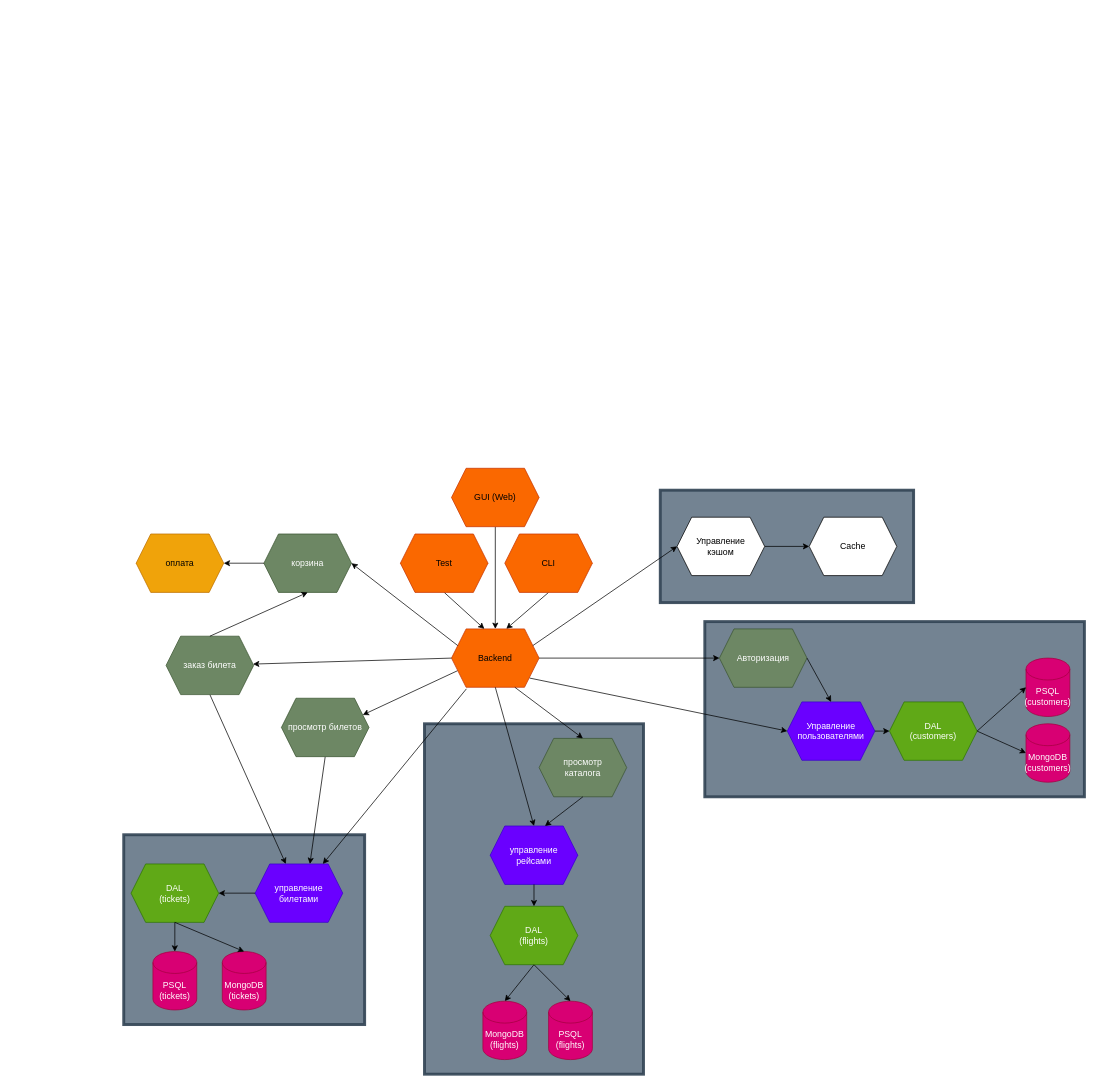
The draw.io diagram Architecture.drawio in chas3air/Airplanes-Co, before the edit. Source tidied: cells renumbered, new cells numbered last; positions are measured from the earlier drawing's top-left corner, leaving out a move shared by most shapes. Both pictures are drawn from the tidied source at 73%, with x=0, y=0 at pixel (123, 468).
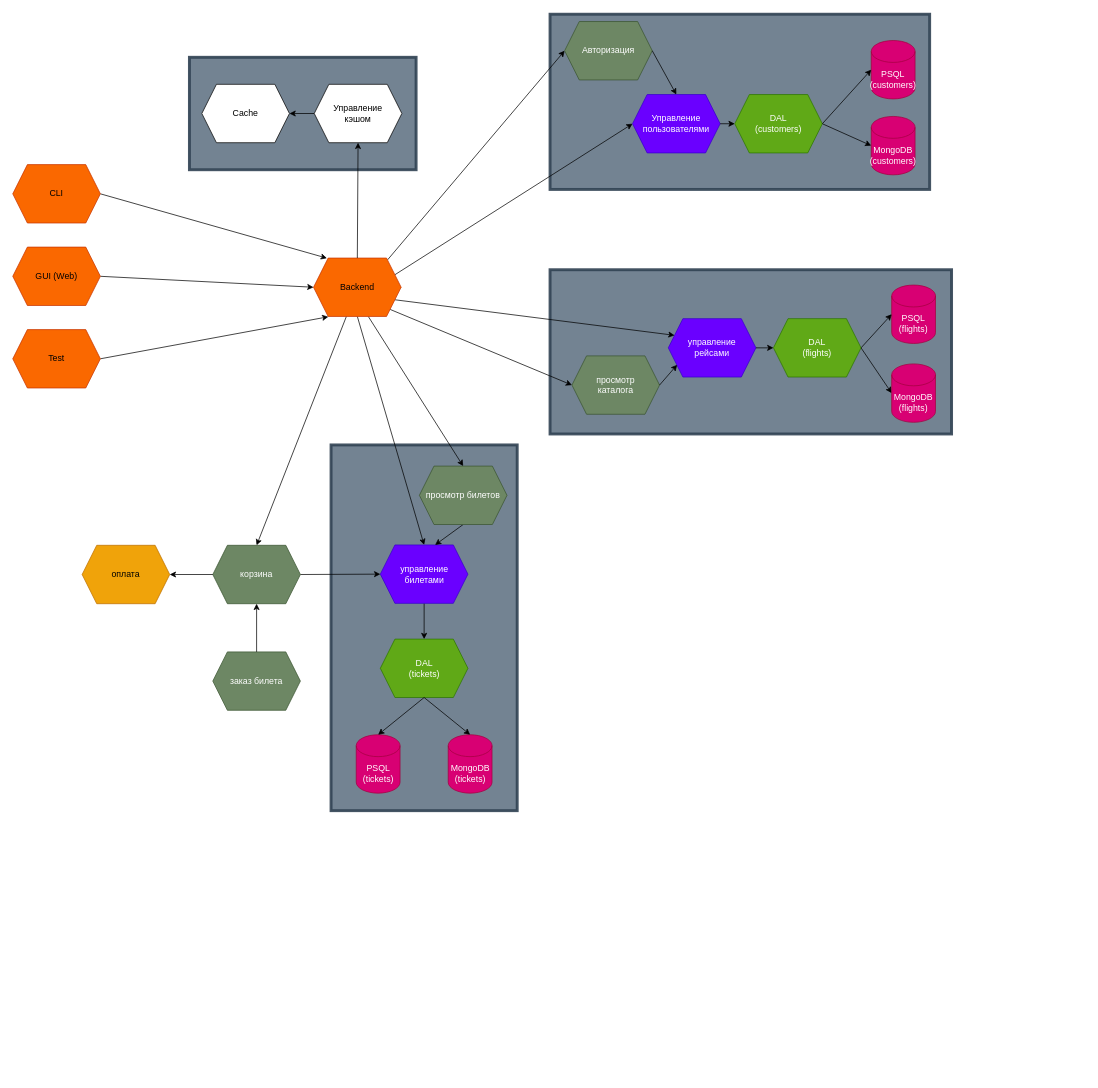
The same diagram, later.

Change to the diagram source:
```diff
@@
     <mxCell id="2" style="rounded=0;whiteSpace=wrap;html=1;strokeWidth=4;perimeterSpacing=10;strokeColor=#314354;opacity=90;fillColor=#647687;fontColor=#ffffff;" parent="1" vertex="1">
-      <mxGeometry x="735" y="30" width="347" height="154" as="geometry" />
+      <mxGeometry x="90" y="-563" width="310.5" height="154" as="geometry" />
     </mxCell>
     <mxCell id="3" style="rounded=0;whiteSpace=wrap;html=1;strokeWidth=4;perimeterSpacing=10;strokeColor=#314354;opacity=90;fillColor=#647687;fontColor=#ffffff;" parent="1" vertex="1">
-      <mxGeometry y="502" width="330" height="260" as="geometry" />
+      <mxGeometry x="284" y="-32" width="255" height="501" as="geometry" />
     </mxCell>
     <mxCell id="4" style="rounded=0;whiteSpace=wrap;html=1;strokeWidth=4;perimeterSpacing=10;strokeColor=#314354;opacity=90;fillColor=#647687;fontColor=#ffffff;" parent="1" vertex="1">
-      <mxGeometry x="412" y="350" width="300" height="480" as="geometry" />
+      <mxGeometry x="584" y="-272" width="550" height="225" as="geometry" />
     </mxCell>
     <mxCell id="5" style="rounded=0;whiteSpace=wrap;html=1;strokeWidth=4;perimeterSpacing=10;strokeColor=#314354;opacity=90;fillColor=#647687;fontColor=#ffffff;" parent="1" vertex="1">
-      <mxGeometry x="796" y="210" width="520" height="240" as="geometry" />
+      <mxGeometry x="584" y="-622" width="520" height="240" as="geometry" />
     </mxCell>
-    <mxCell id="6" style="edgeStyle=none;html=1;exitX=0.5;exitY=1;exitDx=0;exitDy=0;entryX=0.625;entryY=0;entryDx=0;entryDy=0;" parent="1" edge="1" source="7" target="9">
+    <mxCell id="6" style="edgeStyle=none;html=1;exitX=1;exitY=0.5;exitDx=0;exitDy=0;entryX=0.153;entryY=0.002;entryDx=0;entryDy=0;entryPerimeter=0;" parent="1" edge="1" source="7" target="9">
       <mxGeometry relative="1" as="geometry" />
     </mxCell>
     <mxCell id="7" value="CLI" style="shape=hexagon;perimeter=hexagonPerimeter2;whiteSpace=wrap;html=1;fixedSize=1;fillColor=#fa6800;fontColor=#000000;strokeColor=#C73500;" parent="1" vertex="1">
-      <mxGeometry x="522" y="90" width="120" height="80" as="geometry" />
+      <mxGeometry x="-152" y="-416" width="120" height="80" as="geometry" />
     </mxCell>
+    <mxCell id="14" style="edgeStyle=none;html=1;exitX=0.845;exitY=0.031;exitDx=0;exitDy=0;entryX=0;entryY=0.5;entryDx=0;entryDy=0;exitPerimeter=0;" parent="1" edge="1" source="9" target="10">
+      <mxGeometry relative="1" as="geometry" />
+    </mxCell>
+    <mxCell id="25" style="edgeStyle=none;html=1;exitX=1;exitY=0.25;exitDx=0;exitDy=0;entryX=0;entryY=0.5;entryDx=0;entryDy=0;" parent="1" edge="1" source="9" target="21">
+      <mxGeometry relative="1" as="geometry" />
+    </mxCell>
+    <mxCell id="26" style="edgeStyle=none;html=1;exitX=0.875;exitY=0.88;exitDx=0;exitDy=0;entryX=0;entryY=0.5;entryDx=0;entryDy=0;exitPerimeter=0;" parent="1" edge="1" source="9" target="20">
+      <mxGeometry relative="1" as="geometry" />
+    </mxCell>
+    <mxCell id="41" style="edgeStyle=none;html=1;exitX=1;exitY=0.75;exitDx=0;exitDy=0;entryX=0;entryY=0.25;entryDx=0;entryDy=0;" parent="1" edge="1" source="9" target="22">
+      <mxGeometry relative="1" as="geometry" />
+    </mxCell>
+    <mxCell id="29" style="edgeStyle=none;html=1;exitX=0.5;exitY=1;exitDx=0;exitDy=0;entryX=0.5;entryY=0;entryDx=0;entryDy=0;" parent="1" edge="1" source="9" target="23">
+      <mxGeometry relative="1" as="geometry" />
+    </mxCell>
-    <mxCell id="8" style="edgeStyle=none;html=1;exitX=0;exitY=0.75;exitDx=0;exitDy=0;entryX=1;entryY=0.25;entryDx=0;entryDy=0;" parent="1" edge="1" source="9" target="53">
+    <mxCell id="8" style="edgeStyle=none;html=1;exitX=0.625;exitY=1;exitDx=0;exitDy=0;entryX=0.5;entryY=0;entryDx=0;entryDy=0;" parent="1" edge="1" source="9" target="53">
       <mxGeometry relative="1" as="geometry" />
     </mxCell>
+    <mxCell id="28" style="edgeStyle=none;html=1;exitX=0.375;exitY=1;exitDx=0;exitDy=0;entryX=0.5;entryY=0;entryDx=0;entryDy=0;" parent="1" edge="1" source="9" target="19">
+      <mxGeometry relative="1" as="geometry" />
+    </mxCell>
     <mxCell id="9" value="Backend" style="shape=hexagon;perimeter=hexagonPerimeter2;whiteSpace=wrap;html=1;fixedSize=1;fillColor=#fa6800;fontColor=#000000;strokeColor=#C73500;" parent="1" vertex="1">
-      <mxGeometry x="449" y="220" width="120" height="80" as="geometry" />
+      <mxGeometry x="260" y="-288" width="120" height="80" as="geometry" />
     </mxCell>
     <mxCell id="10" value="Авторизация" style="shape=hexagon;perimeter=hexagonPerimeter2;whiteSpace=wrap;html=1;fixedSize=1;fillColor=#6d8764;fontColor=#ffffff;strokeColor=#3A5431;" parent="1" vertex="1">
-      <mxGeometry x="816" y="220" width="120" height="80" as="geometry" />
+      <mxGeometry x="604" y="-612" width="120" height="80" as="geometry" />
     </mxCell>
@@
+    <mxCell id="58" style="edgeStyle=none;html=1;exitX=1;exitY=0.25;exitDx=0;exitDy=0;entryX=-0.001;entryY=0.822;entryDx=0;entryDy=0;entryPerimeter=0;" parent="1" edge="1" source="12">
+      <mxGeometry relative="1" as="geometry" />
+    </mxCell>
     <mxCell id="12" value="DAL&lt;div&gt;(customers)&lt;/div&gt;" style="shape=hexagon;perimeter=hexagonPerimeter2;whiteSpace=wrap;html=1;fixedSize=1;fillColor=#60a917;fontColor=#ffffff;strokeColor=#2D7600;" parent="1" vertex="1">
-      <mxGeometry x="1049" y="320" width="120" height="80" as="geometry" />
+      <mxGeometry x="837" y="-512" width="120" height="80" as="geometry" />
     </mxCell>
     <mxCell id="13" value="PSQL&lt;div&gt;(customers)&lt;/div&gt;" style="shape=cylinder3;whiteSpace=wrap;html=1;boundedLbl=1;backgroundOutline=1;size=15;fillColor=#d80073;fontColor=#ffffff;strokeColor=#A50040;" parent="1" vertex="1">
-      <mxGeometry x="1236" y="260" width="60" height="80" as="geometry" />
+      <mxGeometry x="1024" y="-586" width="60" height="80" as="geometry" />
     </mxCell>
-    <mxCell id="14" style="endArrow=classic;html=1;rounded=0;exitX=1;exitY=0.5;exitDx=0;exitDy=0;entryX=0;entryY=0.5;entryDx=0;entryDy=0;" parent="1" edge="1" source="9" target="10">
-      <mxGeometry relative="1" as="geometry" />
-    </mxCell>
@@
     <mxCell id="16" value="оплата" style="shape=hexagon;perimeter=hexagonPerimeter2;whiteSpace=wrap;html=1;fixedSize=1;fillColor=#f0a30a;fontColor=#000000;strokeColor=#BD7000;" parent="1" vertex="1">
-      <mxGeometry x="17" y="90" width="120" height="80" as="geometry" />
+      <mxGeometry x="-57" y="105.5" width="120" height="80" as="geometry" />
     </mxCell>
-    <mxCell id="17" style="edgeStyle=none;html=1;exitX=0.5;exitY=1;exitDx=0;exitDy=0;" parent="1" edge="1" source="18" target="23">
-      <mxGeometry relative="1" as="geometry" />
-    </mxCell>
     <mxCell id="18" value="заказ билета" style="shape=hexagon;perimeter=hexagonPerimeter2;whiteSpace=wrap;html=1;fixedSize=1;fillColor=#6d8764;strokeColor=#3A5431;fontColor=#ffffff;" parent="1" vertex="1">
-      <mxGeometry x="58" y="230" width="120" height="80" as="geometry" />
+      <mxGeometry x="122" y="251.5" width="120" height="80" as="geometry" />
     </mxCell>
+    <mxCell id="59" style="edgeStyle=none;html=1;exitX=1;exitY=0.5;exitDx=0;exitDy=0;entryX=0;entryY=0.5;entryDx=0;entryDy=0;" parent="1" edge="1" source="19" target="23">
+      <mxGeometry relative="1" as="geometry" />
+    </mxCell>
     <mxCell id="19" value="корзина" style="shape=hexagon;perimeter=hexagonPerimeter2;whiteSpace=wrap;html=1;fixedSize=1;fillColor=#6d8764;fontColor=#ffffff;strokeColor=#3A5431;" parent="1" vertex="1">
-      <mxGeometry x="192" y="90" width="120" height="80" as="geometry" />
+      <mxGeometry x="122" y="105.5" width="120" height="80" as="geometry" />
     </mxCell>
     <mxCell id="20" value="просмотр&lt;div&gt;каталога&lt;/div&gt;" style="shape=hexagon;perimeter=hexagonPerimeter2;whiteSpace=wrap;html=1;fixedSize=1;fillColor=#6d8764;fontColor=#ffffff;strokeColor=#3A5431;" parent="1" vertex="1">
-      <mxGeometry x="569" y="370" width="120" height="80" as="geometry" />
+      <mxGeometry x="614" y="-154" width="120" height="80" as="geometry" />
     </mxCell>
     <mxCell id="21" value="Управление&lt;div&gt;пользователями&lt;/div&gt;" style="shape=hexagon;perimeter=hexagonPerimeter2;whiteSpace=wrap;html=1;fixedSize=1;fillColor=#6a00ff;fontColor=#ffffff;strokeColor=#3700CC;" parent="1" vertex="1">
-      <mxGeometry x="909" y="320" width="120" height="80" as="geometry" />
+      <mxGeometry x="697" y="-512" width="120" height="80" as="geometry" />
     </mxCell>
     <mxCell id="22" value="управление&lt;div&gt;рейсами&lt;/div&gt;" style="shape=hexagon;perimeter=hexagonPerimeter2;whiteSpace=wrap;html=1;fixedSize=1;fillColor=#6a00ff;fontColor=#ffffff;strokeColor=#3700CC;" parent="1" vertex="1">
-      <mxGeometry x="502" y="490" width="120" height="80" as="geometry" />
+      <mxGeometry x="746" y="-205" width="120" height="80" as="geometry" />
     </mxCell>
+    <mxCell id="60" style="edgeStyle=none;html=1;exitX=0.5;exitY=1;exitDx=0;exitDy=0;entryX=0.5;entryY=0;entryDx=0;entryDy=0;" parent="1" edge="1" source="23" target="34">
+      <mxGeometry relative="1" as="geometry" />
+    </mxCell>
     <mxCell id="23" value="управление&lt;div&gt;билетами&lt;/div&gt;" style="shape=hexagon;perimeter=hexagonPerimeter2;whiteSpace=wrap;html=1;fixedSize=1;fillColor=#6a00ff;fontColor=#ffffff;strokeColor=#3700CC;" parent="1" vertex="1">
-      <mxGeometry x="180" y="542" width="120" height="80" as="geometry" />
+      <mxGeometry x="351.5" y="105" width="120" height="80" as="geometry" />
     </mxCell>
@@
-    <mxCell id="25" style="endArrow=classic;html=1;rounded=0;entryX=0;entryY=0.5;entryDx=0;entryDy=0;exitX=0.892;exitY=0.842;exitDx=0;exitDy=0;exitPerimeter=0;" parent="1" edge="1" source="9" target="21">
-      <mxGeometry relative="1" as="geometry" />
-    </mxCell>
-    <mxCell id="26" style="endArrow=classic;html=1;rounded=0;exitX=0.723;exitY=1;exitDx=0;exitDy=0;exitPerimeter=0;entryX=0.5;entryY=0;entryDx=0;entryDy=0;" parent="1" edge="1" source="9" target="20">
-      <mxGeometry relative="1" as="geometry" />
-    </mxCell>
-    <mxCell id="27" style="endArrow=classic;html=1;rounded=0;exitX=0;exitY=0.5;exitDx=0;exitDy=0;" parent="1" edge="1" source="9" target="18">
-      <mxGeometry relative="1" as="geometry" />
-    </mxCell>
-    <mxCell id="28" style="endArrow=classic;html=1;rounded=0;exitX=0;exitY=0.25;exitDx=0;exitDy=0;entryX=1;entryY=0.5;entryDx=0;entryDy=0;" parent="1" edge="1" source="9" target="19">
-      <mxGeometry relative="1" as="geometry" />
-    </mxCell>
-    <mxCell id="29" style="endArrow=classic;html=1;rounded=0;exitX=0.17;exitY=1.027;exitDx=0;exitDy=0;exitPerimeter=0;" parent="1" edge="1" source="9" target="23">
-      <mxGeometry relative="1" as="geometry" />
-    </mxCell>
-    <mxCell id="30" style="edgeStyle=none;html=1;exitX=0.5;exitY=1;exitDx=0;exitDy=0;entryX=0.5;entryY=0;entryDx=0;entryDy=0;entryPerimeter=0;" parent="1" edge="1" source="31" target="46">
+    <mxCell id="30" style="edgeStyle=none;html=1;exitX=1;exitY=0.5;exitDx=0;exitDy=0;entryX=0;entryY=0.5;entryDx=0;entryDy=0;entryPerimeter=0;" parent="1" edge="1" source="31" target="46">
       <mxGeometry relative="1" as="geometry" />
     </mxCell>
     <mxCell id="31" value="DAL&lt;div&gt;(flights&lt;span style=&quot;background-color: initial;&quot;&gt;)&lt;/span&gt;&lt;/div&gt;" style="shape=hexagon;perimeter=hexagonPerimeter2;whiteSpace=wrap;html=1;fixedSize=1;fillColor=#60a917;fontColor=#ffffff;strokeColor=#2D7600;" parent="1" vertex="1">
-      <mxGeometry x="502" y="600" width="120" height="80" as="geometry" />
+      <mxGeometry x="890" y="-205" width="120" height="80" as="geometry" />
     </mxCell>
     <mxCell id="32" value="PSQL&lt;div&gt;(flights)&lt;/div&gt;" style="shape=cylinder3;whiteSpace=wrap;html=1;boundedLbl=1;backgroundOutline=1;size=15;fillColor=#d80073;fontColor=#ffffff;strokeColor=#A50040;" parent="1" vertex="1">
-      <mxGeometry x="582" y="730" width="60" height="80" as="geometry" />
+      <mxGeometry x="1052" y="-251" width="60" height="80" as="geometry" />
     </mxCell>
-    <mxCell id="33" style="endArrow=classic;html=1;rounded=0;entryX=0.5;entryY=0;entryDx=0;entryDy=0;entryPerimeter=0;exitX=0.5;exitY=1;exitDx=0;exitDy=0;" parent="1" edge="1" source="31" target="32">
+    <mxCell id="33" style="endArrow=classic;html=1;rounded=0;entryX=0;entryY=0.5;entryDx=0;entryDy=0;entryPerimeter=0;exitX=1;exitY=0.5;exitDx=0;exitDy=0;" parent="1" edge="1" source="31" target="32">
       <mxGeometry relative="1" as="geometry" />
     </mxCell>
     <mxCell id="34" value="DAL&lt;div&gt;(tickets&lt;span style=&quot;background-color: initial;&quot;&gt;)&lt;/span&gt;&lt;/div&gt;" style="shape=hexagon;perimeter=hexagonPerimeter2;whiteSpace=wrap;html=1;fixedSize=1;fillColor=#60a917;fontColor=#ffffff;strokeColor=#2D7600;" parent="1" vertex="1">
-      <mxGeometry x="10" y="542" width="120" height="80" as="geometry" />
+      <mxGeometry x="351.5" y="234" width="120" height="80" as="geometry" />
     </mxCell>
     <mxCell id="35" value="PSQL&lt;div&gt;(tickets)&lt;/div&gt;" style="shape=cylinder3;whiteSpace=wrap;html=1;boundedLbl=1;backgroundOutline=1;size=15;fillColor=#d80073;fontColor=#ffffff;strokeColor=#A50040;" parent="1" vertex="1">
-      <mxGeometry x="40" y="662" width="60" height="80" as="geometry" />
+      <mxGeometry x="318.5" y="365" width="60" height="80" as="geometry" />
     </mxCell>
@@
-    <mxCell id="37" style="endArrow=classic;html=1;rounded=0;entryX=0.5;entryY=0;entryDx=0;entryDy=0;exitX=0.5;exitY=1;exitDx=0;exitDy=0;" parent="1" edge="1" source="22" target="31">
+    <mxCell id="37" style="endArrow=classic;html=1;rounded=0;entryX=0;entryY=0.5;entryDx=0;entryDy=0;exitX=1;exitY=0.5;exitDx=0;exitDy=0;" parent="1" edge="1" source="22" target="31">
       <mxGeometry relative="1" as="geometry" />
     </mxCell>
-    <mxCell id="38" style="endArrow=classic;html=1;rounded=0;exitX=0.5;exitY=1;exitDx=0;exitDy=0;entryX=0.625;entryY=0;entryDx=0;entryDy=0;" parent="1" edge="1" source="20" target="22">
+    <mxCell id="38" style="endArrow=classic;html=1;rounded=0;exitX=1;exitY=0.5;exitDx=0;exitDy=0;entryX=0.101;entryY=0.79;entryDx=0;entryDy=0;entryPerimeter=0;" parent="1" edge="1" source="20" target="22">
       <mxGeometry relative="1" as="geometry" />
     </mxCell>
-    <mxCell id="39" style="endArrow=classic;html=1;rounded=0;entryX=1;entryY=0.5;entryDx=0;entryDy=0;exitX=0;exitY=0.5;exitDx=0;exitDy=0;" parent="1" edge="1" source="23" target="34">
+    <mxCell id="39" style="endArrow=classic;html=1;rounded=0;exitX=0.5;exitY=1;exitDx=0;exitDy=0;entryX=0.625;entryY=0;entryDx=0;entryDy=0;" parent="1" edge="1" source="53" target="23">
       <mxGeometry relative="1" as="geometry" />
     </mxCell>
-    <mxCell id="40" style="endArrow=classic;html=1;exitX=0;exitY=0.5;exitDx=0;exitDy=0;" parent="1" edge="1" source="19" target="16">
+    <mxCell id="40" style="endArrow=classic;html=1;exitX=0;exitY=0.5;exitDx=0;exitDy=0;entryX=1;entryY=0.5;entryDx=0;entryDy=0;" parent="1" edge="1" source="19" target="16">
       <mxGeometry relative="1" as="geometry" />
     </mxCell>
-    <mxCell id="41" style="endArrow=classic;html=1;exitX=0.5;exitY=1;exitDx=0;exitDy=0;entryX=0.5;entryY=0;entryDx=0;entryDy=0;fontStyle=1;" parent="1" edge="1" source="9" target="22">
-      <mxGeometry relative="1" as="geometry" />
-    </mxCell>
@@
     <mxCell id="44" value="MongoDB&lt;div&gt;(tickets)&lt;/div&gt;" style="shape=cylinder3;whiteSpace=wrap;html=1;boundedLbl=1;backgroundOutline=1;size=15;fillColor=#d80073;fontColor=#ffffff;strokeColor=#A50040;" parent="1" vertex="1">
-      <mxGeometry x="135" y="662" width="60" height="80" as="geometry" />
+      <mxGeometry x="444.5" y="365" width="60" height="80" as="geometry" />
     </mxCell>
@@
     <mxCell id="46" value="MongoDB&lt;br&gt;&lt;div&gt;(flights)&lt;/div&gt;" style="shape=cylinder3;whiteSpace=wrap;html=1;boundedLbl=1;backgroundOutline=1;size=15;fillColor=#d80073;fontColor=#ffffff;strokeColor=#A50040;" parent="1" vertex="1">
-      <mxGeometry x="492" y="730" width="60" height="80" as="geometry" />
+      <mxGeometry x="1052" y="-143" width="60" height="80" as="geometry" />
     </mxCell>
     <mxCell id="47" value="MongoDB&lt;div&gt;(customers)&lt;/div&gt;" style="shape=cylinder3;whiteSpace=wrap;html=1;boundedLbl=1;backgroundOutline=1;size=15;fillColor=#d80073;fontColor=#ffffff;strokeColor=#A50040;" parent="1" vertex="1">
-      <mxGeometry x="1236" y="350" width="60" height="80" as="geometry" />
+      <mxGeometry x="1024" y="-482" width="60" height="80" as="geometry" />
     </mxCell>
-    <mxCell id="48" style="edgeStyle=none;html=1;exitX=0.5;exitY=1;exitDx=0;exitDy=0;entryX=0.5;entryY=0;entryDx=0;entryDy=0;" parent="1" edge="1" source="49" target="9">
+    <mxCell id="48" style="edgeStyle=none;html=1;exitX=1;exitY=0.5;exitDx=0;exitDy=0;entryX=0;entryY=0.5;entryDx=0;entryDy=0;" parent="1" edge="1" source="49" target="9">
       <mxGeometry relative="1" as="geometry" />
     </mxCell>
     <mxCell id="49" value="GUI (Web)" style="shape=hexagon;perimeter=hexagonPerimeter2;whiteSpace=wrap;html=1;fixedSize=1;fillColor=#fa6800;fontColor=#000000;strokeColor=#C73500;" parent="1" vertex="1">
-      <mxGeometry x="449" width="120" height="80" as="geometry" />
+      <mxGeometry x="-152" y="-303" width="120" height="80" as="geometry" />
     </mxCell>
-    <mxCell id="50" style="edgeStyle=none;html=1;exitX=0.5;exitY=1;exitDx=0;exitDy=0;entryX=0.375;entryY=0;entryDx=0;entryDy=0;" parent="1" edge="1" source="51" target="9">
+    <mxCell id="50" style="edgeStyle=none;html=1;exitX=1;exitY=0.5;exitDx=0;exitDy=0;entryX=0.169;entryY=1.005;entryDx=0;entryDy=0;entryPerimeter=0;" parent="1" edge="1" source="51" target="9">
       <mxGeometry relative="1" as="geometry" />
     </mxCell>
     <mxCell id="51" value="Test" style="shape=hexagon;perimeter=hexagonPerimeter2;whiteSpace=wrap;html=1;fixedSize=1;fillColor=#fa6800;fontColor=#000000;strokeColor=#C73500;" parent="1" vertex="1">
-      <mxGeometry x="379" y="90" width="120" height="80" as="geometry" />
+      <mxGeometry x="-152" y="-190" width="120" height="80" as="geometry" />
     </mxCell>
-    <mxCell id="52" style="edgeStyle=none;html=1;exitX=0.5;exitY=1;exitDx=0;exitDy=0;entryX=0.625;entryY=0;entryDx=0;entryDy=0;" parent="1" edge="1" source="53" target="23">
-      <mxGeometry relative="1" as="geometry" />
-    </mxCell>
     <mxCell id="53" value="просмотр билетов" style="shape=hexagon;perimeter=hexagonPerimeter2;whiteSpace=wrap;html=1;fixedSize=1;fillColor=#6d8764;strokeColor=#3A5431;fontColor=#ffffff;" parent="1" vertex="1">
-      <mxGeometry x="216" y="315" width="120" height="80" as="geometry" />
+      <mxGeometry x="405" y="-3" width="120" height="80" as="geometry" />
     </mxCell>
     <mxCell id="54" value="Управление&lt;br&gt;кэшом" style="shape=hexagon;perimeter=hexagonPerimeter2;whiteSpace=wrap;html=1;fixedSize=1;" parent="1" vertex="1">
-      <mxGeometry x="758" y="67" width="120" height="80" as="geometry" />
+      <mxGeometry x="261" y="-526" width="120" height="80" as="geometry" />
     </mxCell>
     <mxCell id="55" value="Cache" style="shape=hexagon;perimeter=hexagonPerimeter2;whiteSpace=wrap;html=1;fixedSize=1;" parent="1" vertex="1">
-      <mxGeometry x="939" y="67" width="120" height="80" as="geometry" />
+      <mxGeometry x="107" y="-526" width="120" height="80" as="geometry" />
     </mxCell>
-    <mxCell id="56" style="endArrow=classic;html=1;exitX=1;exitY=0.5;exitDx=0;exitDy=0;entryX=0;entryY=0.5;entryDx=0;entryDy=0;" parent="1" edge="1" source="54" target="55">
+    <mxCell id="56" style="endArrow=classic;html=1;exitX=0;exitY=0.5;exitDx=0;exitDy=0;entryX=1;entryY=0.5;entryDx=0;entryDy=0;" parent="1" edge="1" source="54" target="55">
       <mxGeometry relative="1" as="geometry" />
     </mxCell>
-    <mxCell id="57" style="endArrow=classic;html=1;exitX=1;exitY=0.25;exitDx=0;exitDy=0;entryX=0;entryY=0.5;entryDx=0;entryDy=0;" parent="1" edge="1" source="9" target="54">
+    <mxCell id="57" style="endArrow=classic;html=1;entryX=0.5;entryY=1;entryDx=0;entryDy=0;exitX=0.5;exitY=0;exitDx=0;exitDy=0;" parent="1" edge="1" source="9" target="54">
       <mxGeometry relative="1" as="geometry" />
     </mxCell>
```
